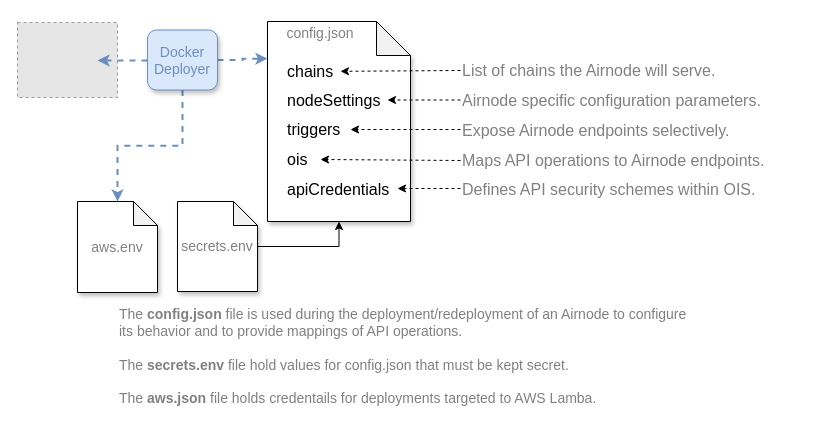
Earlier version of the draw.io diagram docs/airnode/next/assets/diagrams/config-json.drawio (api3dao/old-api3-docs). Source tidied: cells renumbered, new cells numbered last; positions are measured from the earlier drawing's top-left corner, leaving out a move shared by most shapes. Both pictures are drawn from the tidied source at 100%, with x=0, y=0 at pixel (17, 21). Pictures stored in the file or linked from it are replaced by grey dashed boxes.
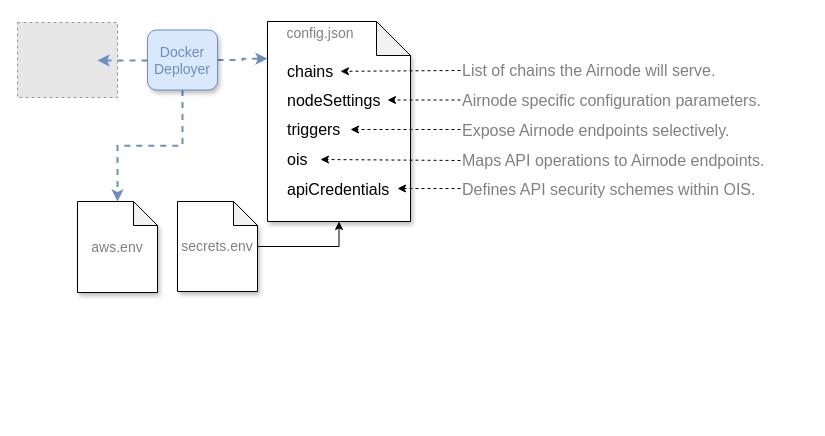
The same page after the edit.

Change to the diagram source:
```diff
@@
-    <mxCell id="9" value="&lt;font style=&quot;font-size: 14px&quot;&gt;The&amp;nbsp;&lt;b&gt;config.json&lt;/b&gt;&amp;nbsp;file is used during the deployment/redeployment of an Airnode to configure its behavior and to provide mappings of API operations.&lt;br&gt;&lt;br&gt;The &lt;b style=&quot;font-size: 14px&quot;&gt;secrets.env&lt;/b&gt; file hold values for&lt;span style=&quot;font-size: 14px&quot;&gt;&amp;nbsp;config.json that must be kept secret&lt;/span&gt;.&lt;br&gt;&lt;br&gt;The &lt;b&gt;aws.json&lt;/b&gt; file holds credentails for deployments targeted to AWS Lamba.&lt;br&gt;&lt;/font&gt;" style="text;html=1;strokeColor=none;fillColor=none;align=left;verticalAlign=middle;whiteSpace=wrap;rounded=0;shadow=1;sketch=0;fontSize=14;fontColor=#808080;" parent="1" vertex="1">
-      <mxGeometry x="100" y="280" width="580" height="110" as="geometry" />
-    </mxCell>
```
